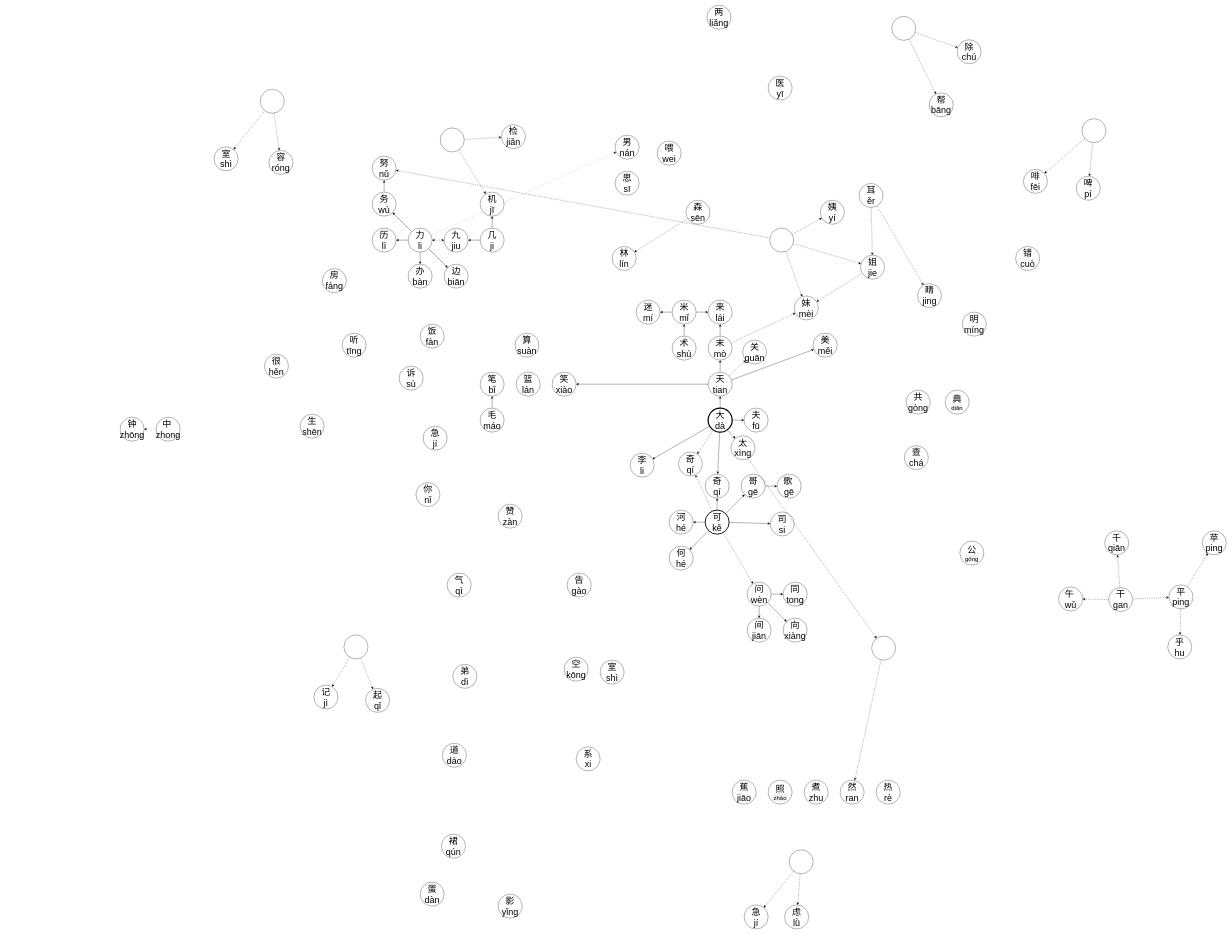
The draw.io diagram chinese character map.drawio in g3m3n30/Python-snippets, before the edit. Source tidied: cells renumbered, new cells numbered last; positions are measured from the earlier drawing's top-left corner, leaving out a move shared by most shapes. Both pictures are drawn from the tidied source at 30%, with x=0, y=0 at pixel (120, 5).
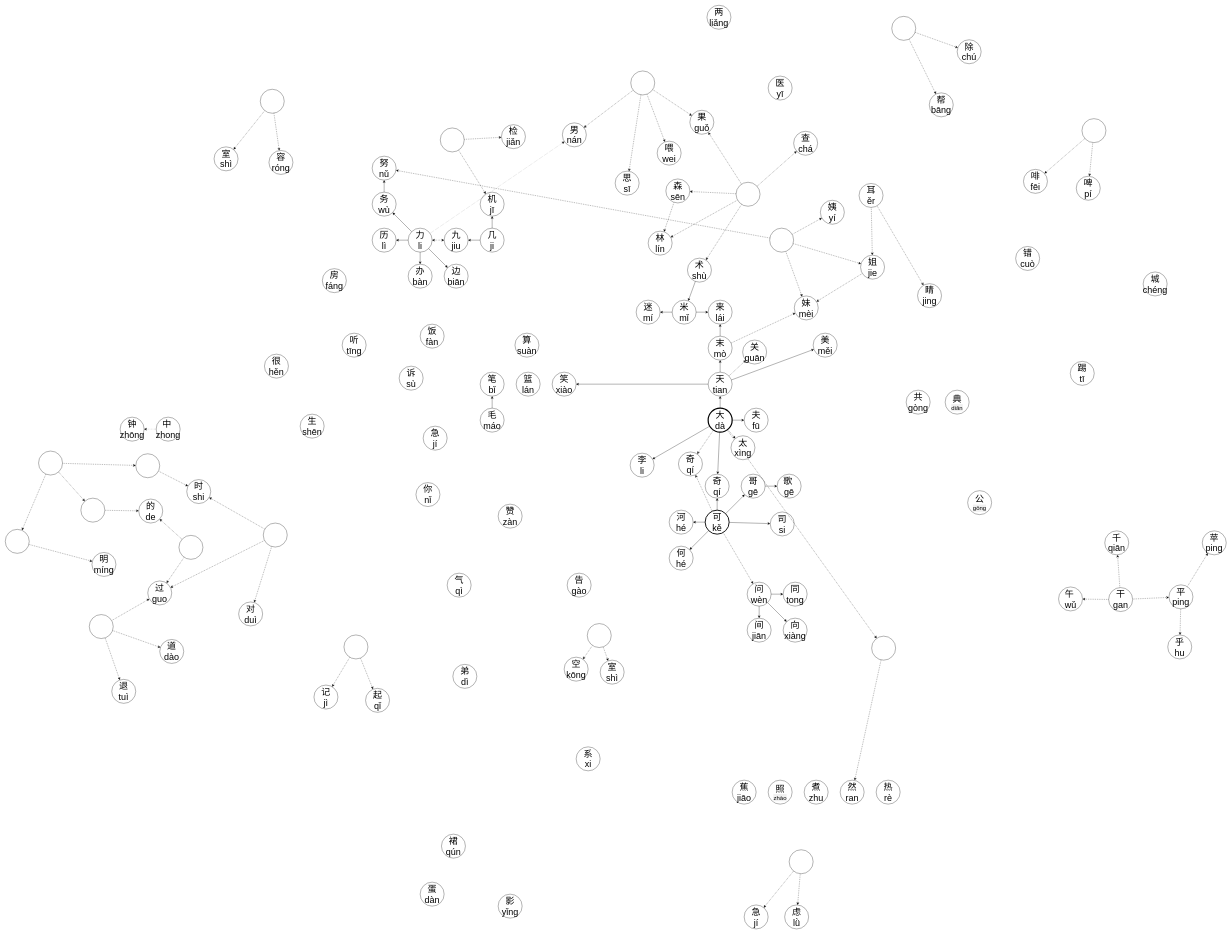
The same page after the edit.

The change refers to these unchanged cells:
```xml
<mxCell id="4" value="&lt;div style=&quot;font-size: 30px;&quot;&gt;&lt;font style=&quot;font-size: 30px;&quot;&gt;思&lt;/font&gt;&lt;/div&gt;&lt;div style=&quot;font-size: 30px;&quot;&gt;sī&lt;/div&gt;" style="ellipse;whiteSpace=wrap;html=1;" parent="1" vertex="1">
  <mxGeometry x="1650" y="553" width="80" height="80" as="geometry" />
</mxCell>
<mxCell id="34" value="&lt;div&gt;室&lt;/div&gt;&lt;div&gt;shì&lt;/div&gt;" style="ellipse;whiteSpace=wrap;html=1;rounded=0;fontFamily=Helvetica;fontSize=30;fontColor=default;fillColor=none;gradientColor=none;" parent="1" vertex="1">
  <mxGeometry x="1600" y="2183" width="80" height="80" as="geometry" />
</mxCell>
<mxCell id="56" value="&lt;div&gt;空&lt;/div&gt;&lt;div&gt;kōng&lt;/div&gt;" style="ellipse;whiteSpace=wrap;html=1;rounded=0;fontFamily=Helvetica;fontSize=30;fontColor=default;fillColor=none;gradientColor=none;" parent="1" vertex="1">
  <mxGeometry x="1480" y="2173" width="80" height="80" as="geometry" />
</mxCell>
<mxCell id="66" value="喂 wei" style="ellipse;whiteSpace=wrap;html=1;rounded=0;fontFamily=Helvetica;fontSize=30;fontColor=default;fillColor=none;gradientColor=none;" parent="1" vertex="1">
  <mxGeometry x="1790" y="453" width="80" height="80" as="geometry" />
</mxCell>
```

The edit, as a diff of the source:
```diff
@@
     <mxCell id="30" value="术&lt;br&gt;shù" style="ellipse;whiteSpace=wrap;html=1;rounded=0;fontFamily=Helvetica;fontSize=30;fontColor=default;fillColor=none;gradientColor=none;" parent="1" vertex="1">
-      <mxGeometry x="1840" y="1103" width="80" height="80" as="geometry" />
+      <mxGeometry x="1891" y="843" width="80" height="80" as="geometry" />
     </mxCell>
@@
     <mxCell id="67" value="男 nán" style="ellipse;whiteSpace=wrap;html=1;rounded=0;fontFamily=Helvetica;fontSize=30;fontColor=default;fillColor=none;gradientColor=none;" parent="1" vertex="1">
-      <mxGeometry x="1650" y="433" width="80" height="80" as="geometry" />
+      <mxGeometry x="1474" y="392" width="80" height="80" as="geometry" />
     </mxCell>
@@
     <mxCell id="110" value="查&lt;br&gt;chá" style="ellipse;whiteSpace=wrap;html=1;fontSize=30;" parent="1" vertex="1">
-      <mxGeometry x="2614" y="1468" width="80" height="80" as="geometry" />
+      <mxGeometry x="2245" y="420" width="80" height="80" as="geometry" />
     </mxCell>
@@
     <mxCell id="124" value="明&lt;br&gt;míng" style="ellipse;whiteSpace=wrap;html=1;fontSize=30;" parent="1" vertex="1">
-      <mxGeometry x="2807" y="1023" width="80" height="80" as="geometry" />
+      <mxGeometry x="-94" y="1824" width="80" height="80" as="geometry" />
     </mxCell>
@@
     <mxCell id="132" value="&lt;div&gt;道&lt;/div&gt;&lt;div&gt;dào&lt;/div&gt;" style="ellipse;whiteSpace=wrap;html=1;fontSize=30;" parent="1" vertex="1">
-      <mxGeometry x="1074" y="2460" width="80" height="80" as="geometry" />
+      <mxGeometry x="132" y="2114" width="80" height="80" as="geometry" />
     </mxCell>
@@
     <mxCell id="139" value="公&lt;br style=&quot;box-sizing: content-box; font-family: arial; background-color: rgb(240, 240, 240);&quot;&gt;&lt;div style=&quot;box-sizing: content-box; font-size: 20px; font-family: arial; background-color: rgb(240, 240, 240);&quot; class=&quot;normal&quot;&gt;gōng&lt;/div&gt;" style="ellipse;whiteSpace=wrap;html=1;fontSize=30;" parent="1" vertex="1">
-      <mxGeometry x="2799" y="1786" width="80" height="80" as="geometry" />
+      <mxGeometry x="2825" y="1618" width="80" height="80" as="geometry" />
     </mxCell>
@@
     <mxCell id="153" value="&lt;div&gt;林&lt;/div&gt;&lt;div&gt;lín&lt;/div&gt;" style="ellipse;whiteSpace=wrap;html=1;fontSize=30;" parent="1" vertex="1">
-      <mxGeometry x="1640" y="804" width="80" height="80" as="geometry" />
+      <mxGeometry x="1760" y="753" width="80" height="80" as="geometry" />
     </mxCell>
@@
     <mxCell id="155" value="&lt;div&gt;森&lt;/div&gt;&lt;div&gt;sēn&lt;/div&gt;" style="ellipse;whiteSpace=wrap;html=1;fontSize=30;" parent="1" vertex="1">
-      <mxGeometry x="1886" y="650" width="80" height="80" as="geometry" />
+      <mxGeometry x="1819" y="579" width="80" height="80" as="geometry" />
     </mxCell>
@@
+    <mxCell id="174" value="的&lt;br&gt;de" style="ellipse;whiteSpace=wrap;html=1;fontSize=30;" parent="1" vertex="1">
+      <mxGeometry x="62" y="1646" width="80" height="80" as="geometry" />
+    </mxCell>
+    <mxCell id="175" value="时&lt;br&gt;shi" style="ellipse;whiteSpace=wrap;html=1;fontSize=30;" parent="1" vertex="1">
+      <mxGeometry x="222" y="1581" width="80" height="80" as="geometry" />
+    </mxCell>
+    <mxCell id="176" value="过 guo" style="ellipse;whiteSpace=wrap;html=1;fontSize=30;" parent="1" vertex="1">
+      <mxGeometry x="92" y="1919" width="80" height="80" as="geometry" />
+    </mxCell>
+    <mxCell id="177" style="rounded=0;jettySize=auto;html=1;fontSize=30;dashed=1;" parent="1" edge="1" source="180" target="176">
+      <mxGeometry relative="1" as="geometry" />
+    </mxCell>
+    <mxCell id="178" style="edgeStyle=none;rounded=0;jettySize=auto;html=1;dashed=1;fontSize=30;" parent="1" edge="1" source="180" target="132">
+      <mxGeometry relative="1" as="geometry" />
+    </mxCell>
+    <mxCell id="179" style="edgeStyle=none;rounded=0;jettySize=auto;html=1;dashed=1;fontSize=30;" parent="1" edge="1" source="180" target="202">
+      <mxGeometry relative="1" as="geometry" />
+    </mxCell>
+    <mxCell id="180" style="ellipse;whiteSpace=wrap;html=1;fontSize=30;" parent="1" vertex="1">
+      <mxGeometry x="-103" y="2031" width="80" height="80" as="geometry" />
+    </mxCell>
+    <mxCell id="181" style="edgeStyle=none;rounded=0;jettySize=auto;html=1;dashed=1;fontSize=30;" parent="1" edge="1" source="197" target="176">
+      <mxGeometry relative="1" as="geometry" />
+    </mxCell>
+    <mxCell id="182" style="edgeStyle=none;rounded=0;jettySize=auto;html=1;dashed=1;fontSize=30;" parent="1" edge="1" source="197" target="174">
+      <mxGeometry relative="1" as="geometry" />
+    </mxCell>
+    <mxCell id="183" style="edgeStyle=none;rounded=0;jettySize=auto;html=1;dashed=1;fontSize=30;" parent="1" edge="1" source="184" target="124">
+      <mxGeometry relative="1" as="geometry" />
+    </mxCell>
+    <mxCell id="184" style="ellipse;whiteSpace=wrap;html=1;fontSize=30;" parent="1" vertex="1">
+      <mxGeometry x="-383" y="1747" width="80" height="80" as="geometry" />
+    </mxCell>
+    <mxCell id="185" style="edgeStyle=none;rounded=0;jettySize=auto;html=1;dashed=1;fontSize=30;" parent="1" edge="1" source="186" target="175">
+      <mxGeometry relative="1" as="geometry" />
+    </mxCell>
+    <mxCell id="186" style="ellipse;whiteSpace=wrap;html=1;fontSize=30;" parent="1" vertex="1">
+      <mxGeometry x="52" y="1495" width="80" height="80" as="geometry" />
+    </mxCell>
+    <mxCell id="187" style="edgeStyle=none;rounded=0;jettySize=auto;html=1;dashed=1;fontSize=30;" parent="1" edge="1" source="188" target="174">
+      <mxGeometry relative="1" as="geometry" />
+    </mxCell>
+    <mxCell id="188" style="ellipse;whiteSpace=wrap;html=1;fontSize=30;" parent="1" vertex="1">
+      <mxGeometry x="-131" y="1643" width="80" height="80" as="geometry" />
+    </mxCell>
+    <mxCell id="189" style="edgeStyle=none;rounded=0;jettySize=auto;html=1;dashed=1;fontSize=30;" parent="1" edge="1" source="192" target="186">
+      <mxGeometry relative="1" as="geometry" />
+    </mxCell>
+    <mxCell id="190" style="edgeStyle=none;rounded=0;jettySize=auto;html=1;dashed=1;fontSize=30;" parent="1" edge="1" source="192" target="188">
+      <mxGeometry relative="1" as="geometry" />
+    </mxCell>
+    <mxCell id="191" style="edgeStyle=none;rounded=0;jettySize=auto;html=1;dashed=1;fontSize=30;" parent="1" edge="1" source="192" target="184">
+      <mxGeometry relative="1" as="geometry" />
+    </mxCell>
+    <mxCell id="192" style="ellipse;whiteSpace=wrap;html=1;fontSize=30;" parent="1" vertex="1">
+      <mxGeometry x="-272" y="1486" width="80" height="80" as="geometry" />
+    </mxCell>
+    <mxCell id="193" style="edgeStyle=none;rounded=0;jettySize=auto;html=1;dashed=1;fontSize=30;" parent="1" edge="1" source="196" target="175">
+      <mxGeometry relative="1" as="geometry" />
+    </mxCell>
+    <mxCell id="194" style="edgeStyle=none;rounded=0;jettySize=auto;html=1;dashed=1;fontSize=30;" parent="1" edge="1" source="196" target="176">
+      <mxGeometry relative="1" as="geometry" />
+    </mxCell>
+    <mxCell id="195" style="edgeStyle=none;rounded=0;jettySize=auto;html=1;dashed=1;fontSize=30;" parent="1" edge="1" source="196" target="198">
+      <mxGeometry relative="1" as="geometry" />
+    </mxCell>
+    <mxCell id="196" style="ellipse;whiteSpace=wrap;html=1;fontSize=30;" parent="1" vertex="1">
+      <mxGeometry x="477" y="1726" width="80" height="80" as="geometry" />
+    </mxCell>
+    <mxCell id="197" style="ellipse;whiteSpace=wrap;html=1;fontSize=30;fillColor=default;" parent="1" vertex="1">
+      <mxGeometry x="196" y="1767" width="80" height="80" as="geometry" />
+    </mxCell>
+    <mxCell id="198" value="对 duì" style="ellipse;whiteSpace=wrap;html=1;fontSize=30;fillColor=default;" parent="1" vertex="1">
+      <mxGeometry x="395" y="1989" width="80" height="80" as="geometry" />
+    </mxCell>
+    <mxCell id="199" style="edgeStyle=none;rounded=0;jettySize=auto;html=1;dashed=1;fontSize=30;" parent="1" edge="1" source="201" target="56">
+      <mxGeometry relative="1" as="geometry" />
+    </mxCell>
+    <mxCell id="200" style="edgeStyle=none;rounded=0;jettySize=auto;html=1;dashed=1;fontSize=30;" parent="1" edge="1" source="201" target="34">
+      <mxGeometry relative="1" as="geometry" />
+    </mxCell>
+    <mxCell id="201" style="ellipse;whiteSpace=wrap;html=1;fontSize=30;fillColor=default;" parent="1" vertex="1">
+      <mxGeometry x="1557" y="2061" width="80" height="80" as="geometry" />
+    </mxCell>
+    <mxCell id="202" value="退&lt;br&gt;tuì" style="ellipse;whiteSpace=wrap;html=1;fontSize=30;fillColor=default;" parent="1" vertex="1">
+      <mxGeometry x="-28" y="2247" width="80" height="80" as="geometry" />
+    </mxCell>
+    <mxCell id="203" value="果&lt;br&gt;guǒ" style="ellipse;whiteSpace=wrap;html=1;fontSize=30;fillColor=default;" parent="1" vertex="1">
+      <mxGeometry x="1899" y="350" width="80" height="80" as="geometry" />
+    </mxCell>
+    <mxCell id="204" style="edgeStyle=none;rounded=0;jettySize=auto;html=1;dashed=1;fontSize=30;" parent="1" edge="1" source="208" target="67">
+      <mxGeometry relative="1" as="geometry" />
+    </mxCell>
+    <mxCell id="205" style="edgeStyle=none;rounded=0;jettySize=auto;html=1;dashed=1;fontSize=30;" parent="1" edge="1" source="208" target="4">
+      <mxGeometry relative="1" as="geometry" />
+    </mxCell>
+    <mxCell id="206" style="edgeStyle=none;rounded=0;jettySize=auto;html=1;dashed=1;fontSize=30;" parent="1" edge="1" source="208" target="66">
+      <mxGeometry relative="1" as="geometry" />
+    </mxCell>
+    <mxCell id="207" style="edgeStyle=none;rounded=0;jettySize=auto;html=1;dashed=1;fontSize=30;" parent="1" edge="1" source="208" target="203">
+      <mxGeometry relative="1" as="geometry" />
+    </mxCell>
+    <mxCell id="208" style="ellipse;whiteSpace=wrap;html=1;fontSize=30;fillColor=default;" parent="1" vertex="1">
+      <mxGeometry x="1702" y="219" width="80" height="80" as="geometry" />
+    </mxCell>
+    <mxCell id="209" style="edgeStyle=none;rounded=0;jettySize=auto;html=1;dashed=1;fontSize=30;" parent="1" edge="1" source="214" target="155">
+      <mxGeometry relative="1" as="geometry" />
+    </mxCell>
+    <mxCell id="210" style="edgeStyle=none;rounded=0;jettySize=auto;html=1;dashed=1;fontSize=30;" parent="1" edge="1" source="214" target="203">
+      <mxGeometry relative="1" as="geometry" />
+    </mxCell>
+    <mxCell id="211" style="edgeStyle=none;rounded=0;jettySize=auto;html=1;dashed=1;fontSize=30;" parent="1" edge="1" source="214" target="153">
+      <mxGeometry relative="1" as="geometry" />
+    </mxCell>
+    <mxCell id="212" style="edgeStyle=none;rounded=0;jettySize=auto;html=1;dashed=1;fontSize=30;" parent="1" edge="1" source="214" target="30">
+      <mxGeometry relative="1" as="geometry" />
+    </mxCell>
+    <mxCell id="213" style="edgeStyle=none;rounded=0;jettySize=auto;html=1;dashed=1;fontSize=30;" parent="1" edge="1" source="214" target="110">
+      <mxGeometry relative="1" as="geometry" />
+    </mxCell>
+    <mxCell id="214" style="ellipse;whiteSpace=wrap;html=1;fontSize=30;fillColor=default;" parent="1" vertex="1">
+      <mxGeometry x="2053" y="590" width="80" height="80" as="geometry" />
+    </mxCell>
+    <mxCell id="215" value="踢&lt;br&gt;tī" style="ellipse;whiteSpace=wrap;html=1;fontSize=30;fillColor=default;" parent="1" vertex="1">
+      <mxGeometry x="3167" y="1187" width="80" height="80" as="geometry" />
+    </mxCell>
+    <mxCell id="216" value="&lt;div&gt;城chéng&lt;/div&gt;" style="ellipse;whiteSpace=wrap;html=1;fontSize=30;fillColor=default;" parent="1" vertex="1">
+      <mxGeometry x="3410" y="889" width="80" height="80" as="geometry" />
+    </mxCell>
```
